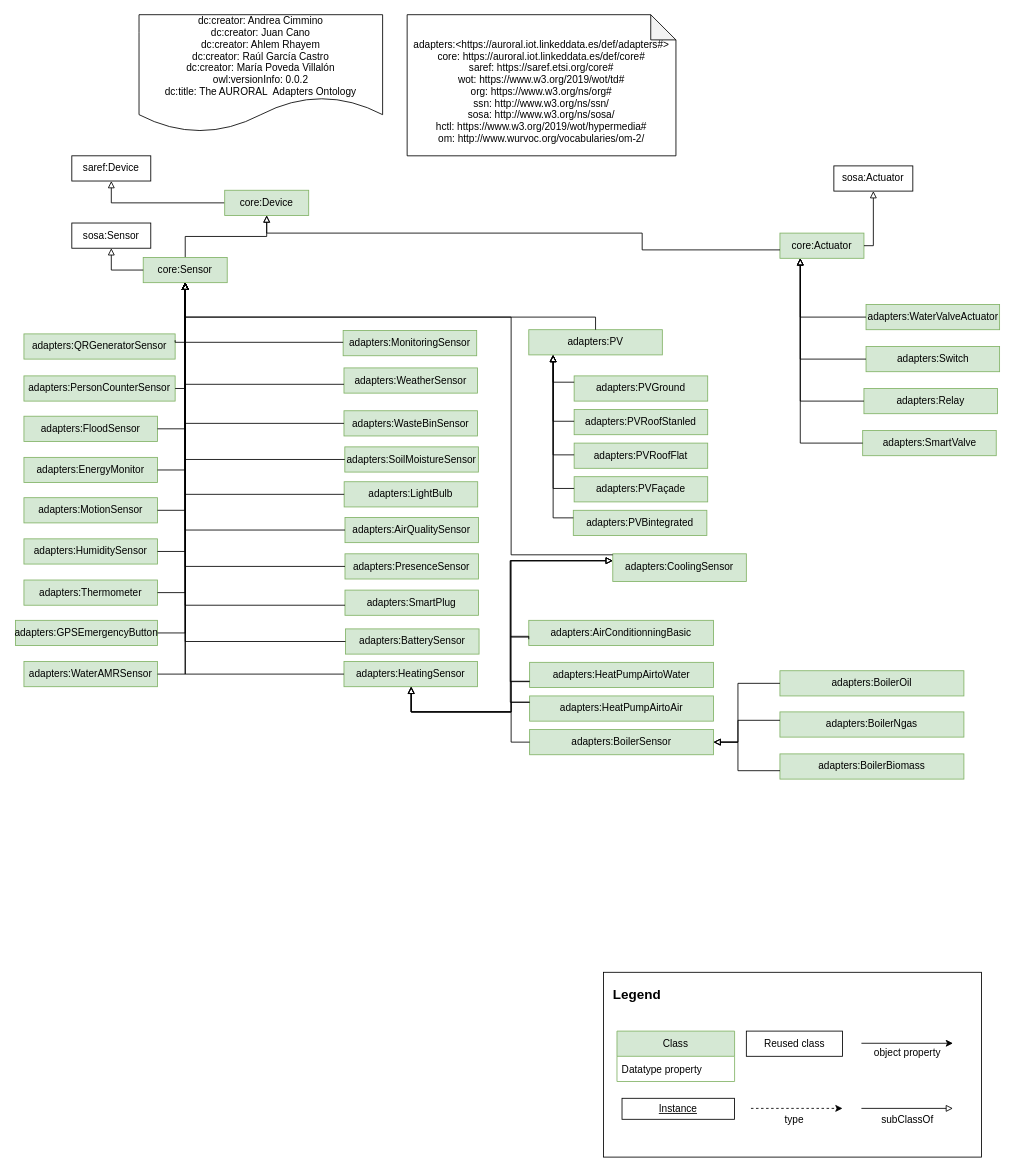
Before: page "V2" (1 of 2) of Diagrams/Device-adapters.drawio in oeg-upm/auroral-adapters-ontology, a draw.io diagram. Source tidied: cells renumbered, new cells numbered last; positions are measured from the earlier drawing's top-left corner, leaving out a move shared by most shapes. Both pictures are drawn from the tidied source at 84%, with x=0, y=0 at pixel (15, 14).
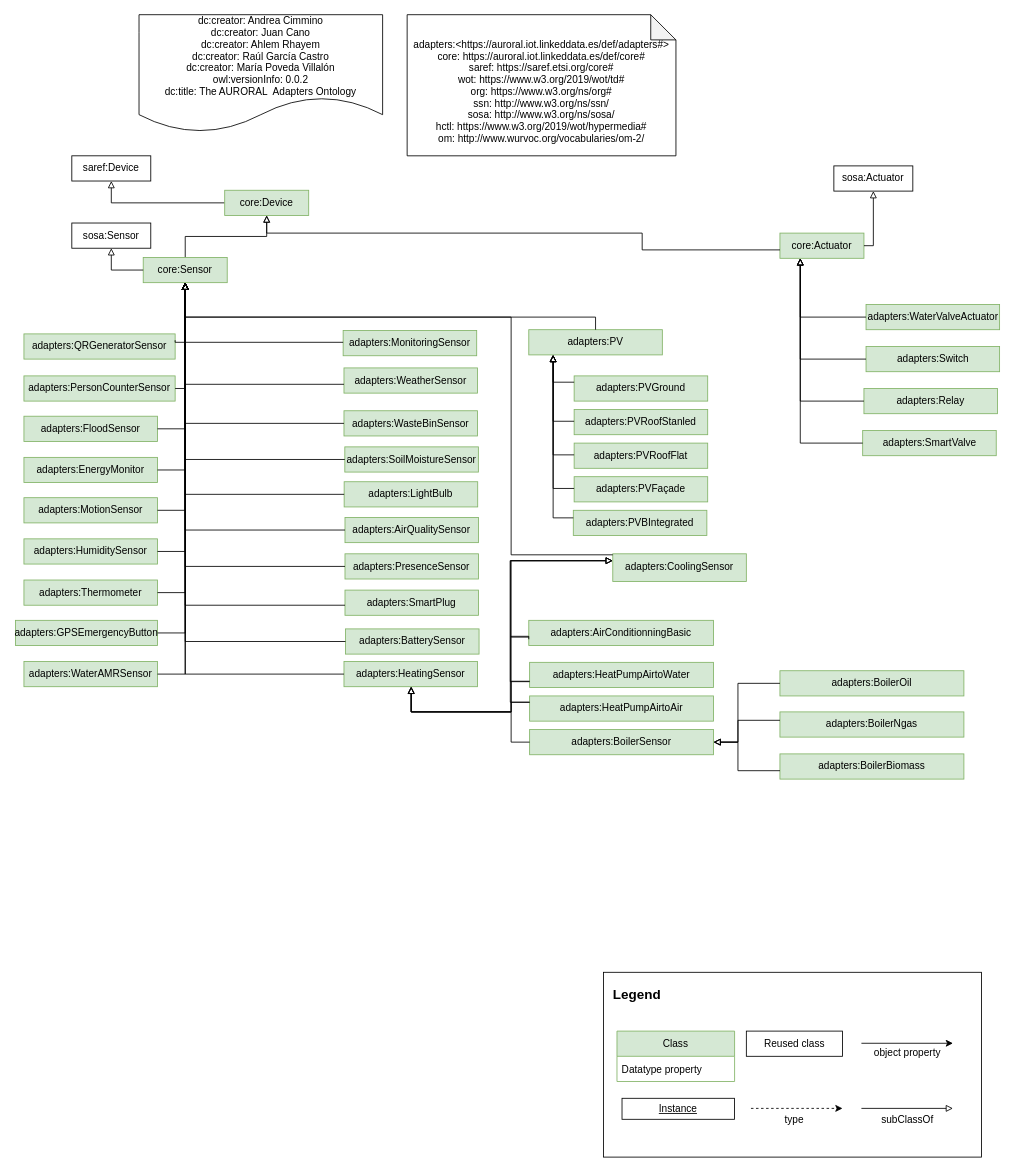
After the change.

The edit, as a diff of the source:
```diff
@@
-    <mxCell id="77" value="adapters:PVBintegrated" style="rounded=0;whiteSpace=wrap;html=1;fillColor=#d5e8d4;strokeColor=#82b366;" parent="1" vertex="1">
+    <mxCell id="77" value="adapters:PVBIntegrated" style="rounded=0;whiteSpace=wrap;html=1;fillColor=#d5e8d4;strokeColor=#82b366;" parent="1" vertex="1">
       <mxGeometry x="664" y="590" width="159" height="30" as="geometry" />
     </mxCell>
```
